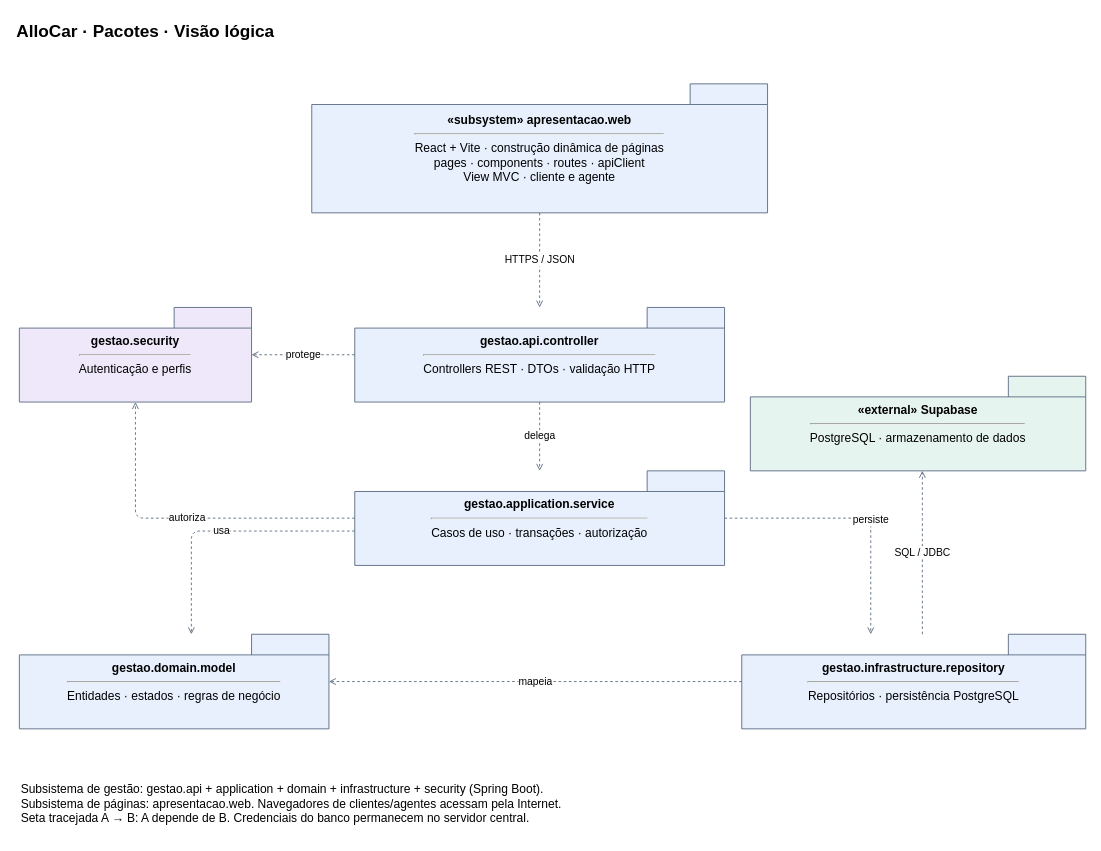
Earlier version of the draw.io diagram docs/diagramas/pacotes.drawio (HyperSonic3608/allocar). Source tidied: cells renumbered, new cells numbered last; positions are measured from the earlier drawing's top-left corner, leaving out a move shared by most shapes. Both pictures are drawn from the tidied source at 86%, with x=0, y=0 at pixel (15, 15).
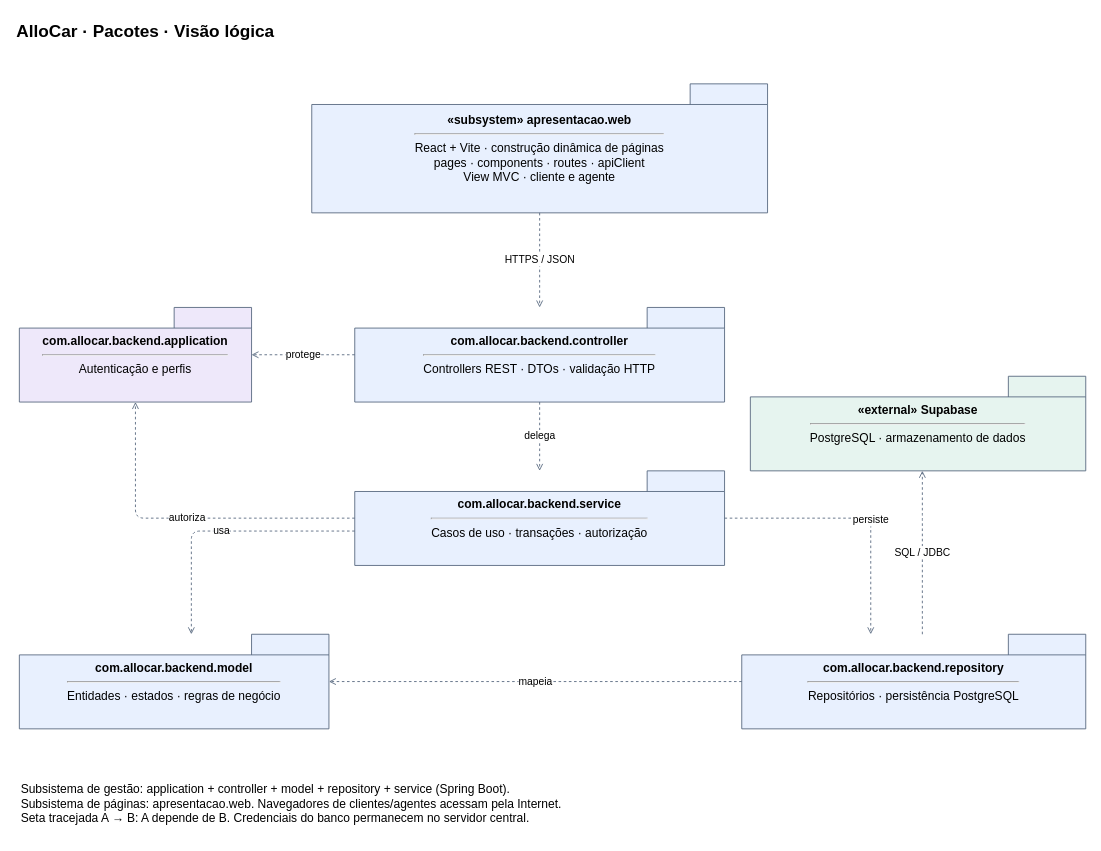
Above is the later version.

Diff of the diagram source:
```diff
@@
-    <mxCell id="4" value="&lt;b&gt;gestao.api.controller&lt;/b&gt;&lt;hr&gt;Controllers REST · DTOs · validação HTTP" style="html=1;whiteSpace=wrap;fontSize=14;strokeColor=#53657c;fillColor=#e8f0fe;shape=folder;tabWidth=90;tabHeight=24;" parent="1" vertex="1">
+    <mxCell id="4" value="&lt;b&gt;com.allocar.backend.controller&lt;/b&gt;&lt;hr&gt;Controllers REST · DTOs · validação HTTP" style="html=1;whiteSpace=wrap;fontSize=14;strokeColor=#53657c;fillColor=#e8f0fe;shape=folder;tabWidth=90;tabHeight=24;" parent="1" vertex="1">
       <mxGeometry x="395" y="340" width="430" height="110" as="geometry" />
     </mxCell>
-    <mxCell id="5" value="&lt;b&gt;gestao.application.service&lt;/b&gt;&lt;hr&gt;Casos de uso · transações · autorização" style="html=1;whiteSpace=wrap;fontSize=14;strokeColor=#53657c;fillColor=#e8f0fe;shape=folder;tabWidth=90;tabHeight=24;" parent="1" vertex="1">
+    <mxCell id="5" value="&lt;b&gt;com.allocar.backend.service&lt;/b&gt;&lt;hr&gt;Casos de uso · transações · autorização" style="html=1;whiteSpace=wrap;fontSize=14;strokeColor=#53657c;fillColor=#e8f0fe;shape=folder;tabWidth=90;tabHeight=24;" parent="1" vertex="1">
       <mxGeometry x="395" y="530" width="430" height="110" as="geometry" />
     </mxCell>
-    <mxCell id="6" value="&lt;b&gt;gestao.domain.model&lt;/b&gt;&lt;hr&gt;Entidades · estados · regras de negócio" style="html=1;whiteSpace=wrap;fontSize=14;strokeColor=#53657c;fillColor=#e8f0fe;shape=folder;tabWidth=90;tabHeight=24;" parent="1" vertex="1">
+    <mxCell id="6" value="&lt;b&gt;com.allocar.backend.model&lt;/b&gt;&lt;hr&gt;Entidades · estados · regras de negócio" style="html=1;whiteSpace=wrap;fontSize=14;strokeColor=#53657c;fillColor=#e8f0fe;shape=folder;tabWidth=90;tabHeight=24;" parent="1" vertex="1">
       <mxGeometry x="5" y="720" width="360" height="110" as="geometry" />
     </mxCell>
-    <mxCell id="7" value="&lt;b&gt;gestao.infrastructure.repository&lt;/b&gt;&lt;hr&gt;Repositórios · persistência PostgreSQL" style="html=1;whiteSpace=wrap;fontSize=14;strokeColor=#53657c;fillColor=#e8f0fe;shape=folder;tabWidth=90;tabHeight=24;" parent="1" vertex="1">
+    <mxCell id="7" value="&lt;b&gt;com.allocar.backend.repository&lt;/b&gt;&lt;hr&gt;Repositórios · persistência PostgreSQL" style="html=1;whiteSpace=wrap;fontSize=14;strokeColor=#53657c;fillColor=#e8f0fe;shape=folder;tabWidth=90;tabHeight=24;" parent="1" vertex="1">
       <mxGeometry x="845" y="720" width="400" height="110" as="geometry" />
     </mxCell>
-    <mxCell id="8" value="&lt;b&gt;gestao.security&lt;/b&gt;&lt;hr&gt;Autenticação e perfis" style="html=1;whiteSpace=wrap;fontSize=14;strokeColor=#53657c;fillColor=#eee8fa;shape=folder;tabWidth=90;tabHeight=24;" parent="1" vertex="1">
+    <mxCell id="8" value="&lt;b&gt;com.allocar.backend.application&lt;/b&gt;&lt;hr&gt;Autenticação e perfis" style="html=1;whiteSpace=wrap;fontSize=14;strokeColor=#53657c;fillColor=#eee8fa;shape=folder;tabWidth=90;tabHeight=24;" parent="1" vertex="1">
       <mxGeometry x="5" y="340" width="270" height="110" as="geometry" />
     </mxCell>
@@
-    <mxCell id="10" value="Subsistema de gestão: gestao.api + application + domain + infrastructure + security (Spring Boot).&#10;Subsistema de páginas: apresentacao.web. Navegadores de clientes/agentes acessam pela Internet.&#10;Seta tracejada A → B: A depende de B. Credenciais do banco permanecem no servidor central." style="html=1;whiteSpace=wrap;fontSize=14;strokeColor=#53657c;fillColor=#e8f0fe;text;strokeColor=none;fillColor=none;align=left;" parent="1" vertex="1">
+    <mxCell id="10" value="Subsistema de gestão: application + controller + model + repository + service (Spring Boot).&#10;Subsistema de páginas: apresentacao.web. Navegadores de clientes/agentes acessam pela Internet.&#10;Seta tracejada A → B: A depende de B. Credenciais do banco permanecem no servidor central." style="html=1;whiteSpace=wrap;fontSize=14;strokeColor=#53657c;fillColor=#e8f0fe;text;strokeColor=none;fillColor=none;align=left;" parent="1" vertex="1">
       <mxGeometry x="5" y="885" width="1220" height="70" as="geometry" />
     </mxCell>
```
